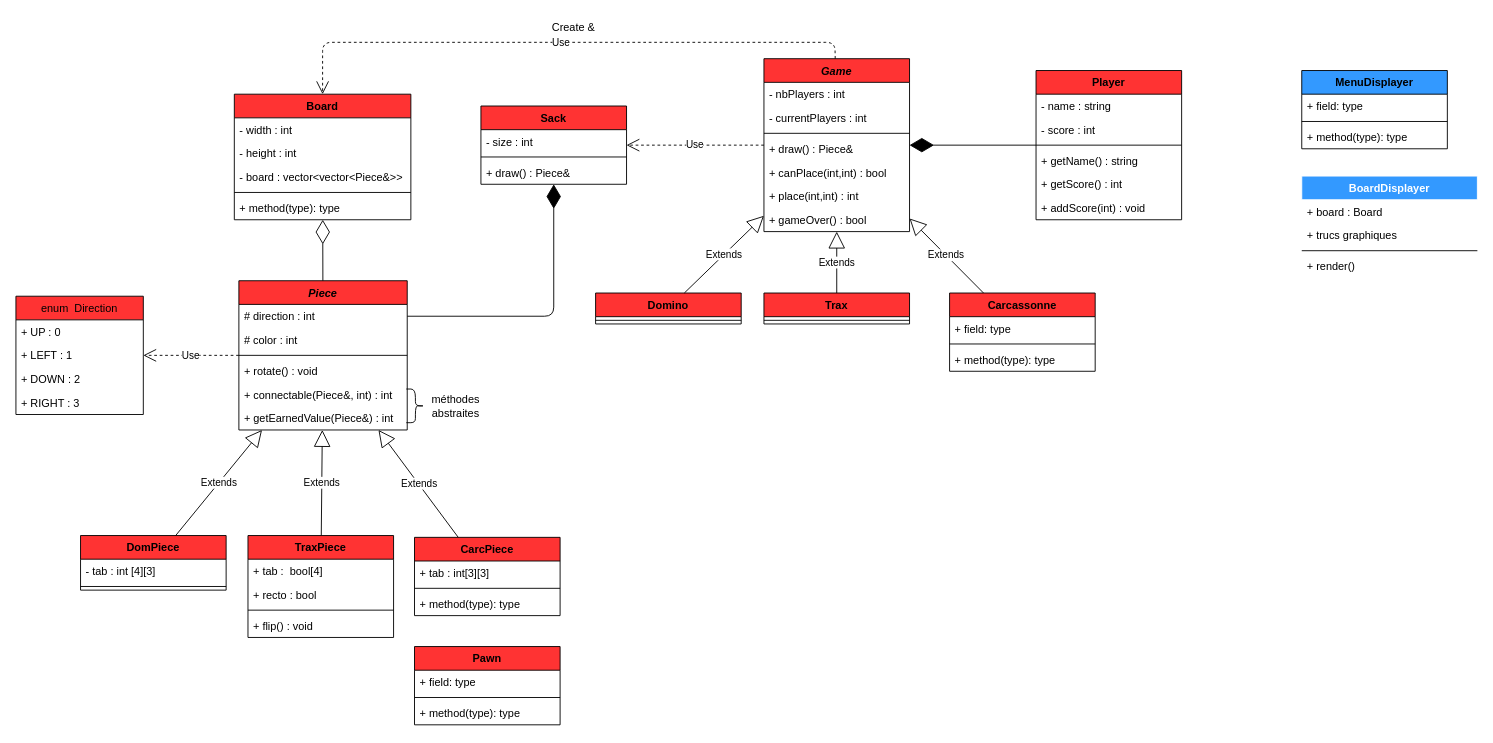
The draw.io diagram diagram.drawio in Yoanouille/DTC, before the edit. Source tidied: cells renumbered, new cells numbered last; positions are measured from the earlier drawing's top-left corner, leaving out a move shared by most shapes. Both pictures are drawn from the tidied source at 91%, with x=0, y=0 at pixel (15, 15).
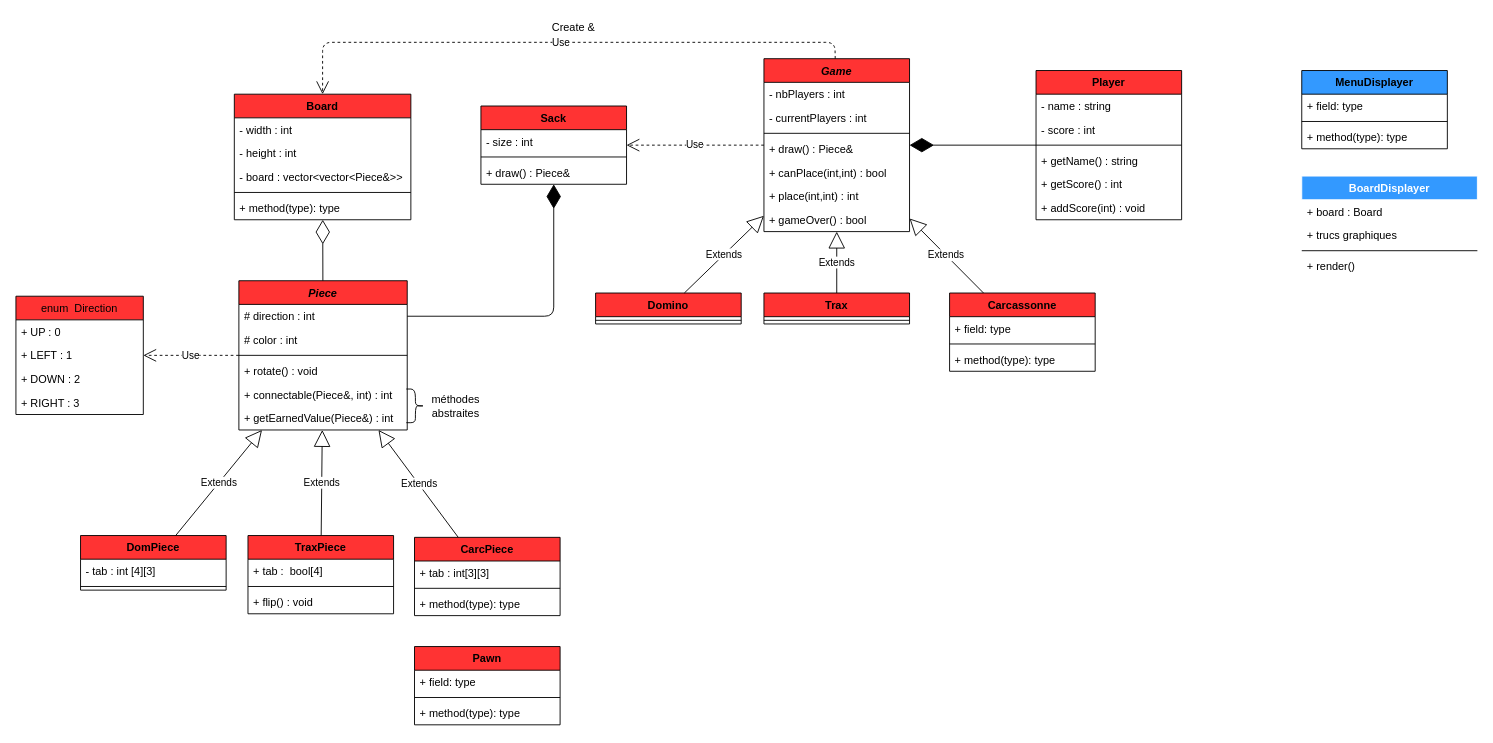
The same page after the edit.

Change to the diagram source:
```diff
@@
     <mxCell id="12" value="TraxPiece" style="swimlane;fontStyle=1;align=center;verticalAlign=top;horizontal=1;startSize=26;fillColor=#FF3333;" parent="1" vertex="1">
-      <mxGeometry x="255" y="571" width="160" height="112" as="geometry" />
+      <mxGeometry x="255" y="571" width="160" height="86" as="geometry" />
     </mxCell>
@@
-    <mxCell id="14" value="+ recto : bool" style="text;strokeColor=none;fillColor=none;align=left;verticalAlign=top;spacingLeft=4;spacingRight=4;overflow=hidden;" parent="12" vertex="1">
-      <mxGeometry y="52" width="160" height="26" as="geometry" />
-    </mxCell>
     <mxCell id="15" style="line;strokeWidth=1;fillColor=none;align=left;verticalAlign=middle;spacingTop=-1;spacingLeft=3;spacingRight=3;labelPosition=right;" parent="12" vertex="1">
-      <mxGeometry y="78" width="160" height="8" as="geometry" />
+      <mxGeometry y="52" width="160" height="8" as="geometry" />
     </mxCell>
     <mxCell id="16" value="+ flip() : void" style="text;strokeColor=none;fillColor=none;align=left;verticalAlign=top;spacingLeft=4;spacingRight=4;overflow=hidden;" parent="12" vertex="1">
-      <mxGeometry y="86" width="160" height="26" as="geometry" />
+      <mxGeometry y="60" width="160" height="26" as="geometry" />
     </mxCell>
```
